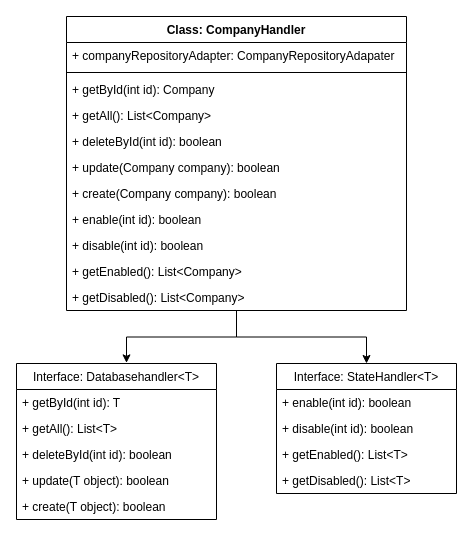
The draw.io diagram page "SRP-2" (2 of 15) of file/ASE_Diagramme.drawio in Nilsksk/Costtracker, before the edit. Source tidied: cells renumbered, new cells numbered last; positions are measured from the earlier drawing's top-left corner, leaving out a move shared by most shapes. Both pictures are drawn from the tidied source at 100%, with x=0, y=0 at pixel (16, 16).
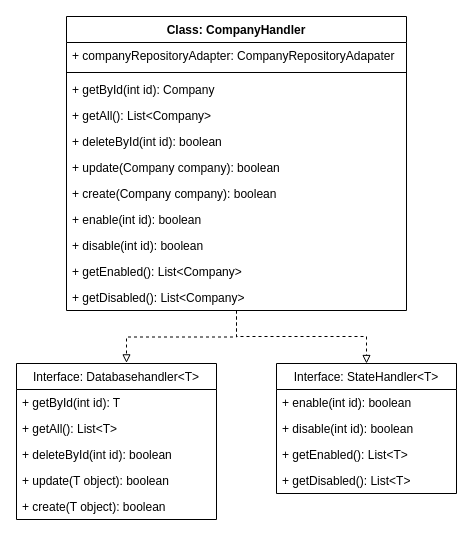
After the change.

Unchanged cells that the change refers to:
```xml
<mxCell id="4" value="Class: CompanyHandler" style="swimlane;fontStyle=1;align=center;verticalAlign=top;horizontal=1;startSize=26;" parent="1" vertex="1">
  <mxGeometry x="50" width="340" height="294" as="geometry" />
</mxCell>
<mxCell id="16" value="Interface: Databasehandler&lt;T&gt;" style="swimlane;fontStyle=0;horizontal=1;startSize=26;fillColor=none;" parent="1" vertex="1">
  <mxGeometry y="347" width="200" height="156" as="geometry" />
</mxCell>
<mxCell id="22" value="Interface: StateHandler&lt;T&gt;" style="swimlane;fontStyle=0;horizontal=1;startSize=26;fillColor=none;" parent="1" vertex="1">
  <mxGeometry x="260" y="347" width="180" height="130" as="geometry" />
</mxCell>
```

Change to the diagram source:
```diff
@@
-    <mxCell id="2" style="edgeStyle=orthogonalEdgeStyle;rounded=0;jettySize=auto;html=1;entryX=0.55;entryY=-0.004;entryDx=0;entryDy=0;entryPerimeter=0;" parent="1" edge="1" source="4" target="16">
+    <mxCell id="2" style="edgeStyle=orthogonalEdgeStyle;rounded=0;jettySize=auto;html=1;entryX=0.55;entryY=-0.004;entryDx=0;entryDy=0;entryPerimeter=0;endArrow=block;endFill=0;dashed=1;" parent="1" edge="1" source="4" target="16">
       <mxGeometry relative="1" as="geometry" />
     </mxCell>
-    <mxCell id="3" style="edgeStyle=orthogonalEdgeStyle;rounded=0;jettySize=auto;html=1;entryX=0.5;entryY=0;entryDx=0;entryDy=0;" parent="1" edge="1" source="4" target="22">
-      <mxGeometry relative="1" as="geometry" />
+    <mxCell id="3" style="edgeStyle=orthogonalEdgeStyle;rounded=0;jettySize=auto;html=1;entryX=0.5;entryY=0;entryDx=0;entryDy=0;dashed=1;endArrow=block;endFill=0;" parent="1" edge="1" source="4" target="22">
+      <mxGeometry relative="1" as="geometry">
+        <Array as="points">
+          <mxPoint x="220" y="320" />
+          <mxPoint x="350" y="320" />
+        </Array>
+      </mxGeometry>
     </mxCell>
```
